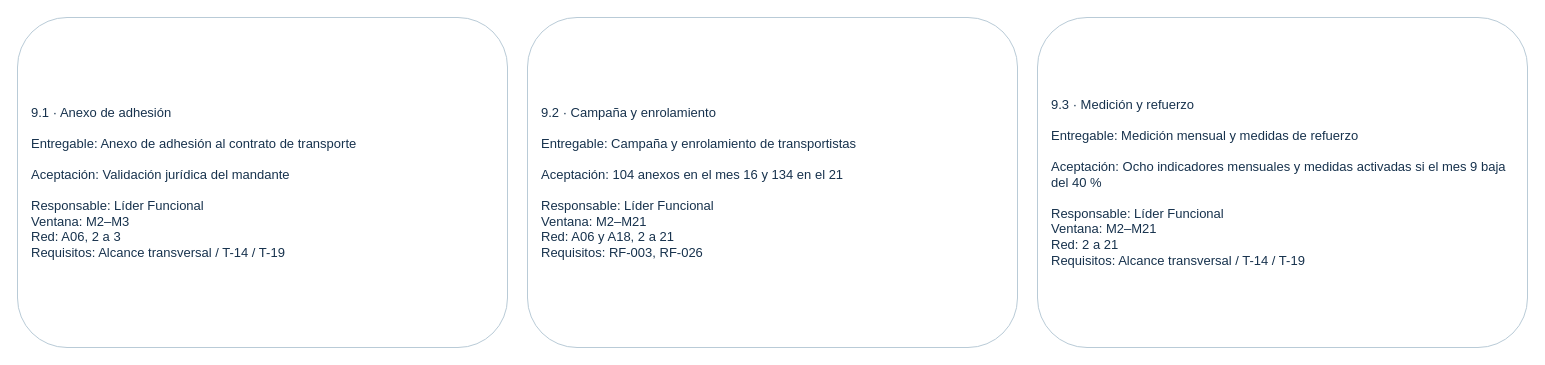
The draw.io diagram page "09 · Adhesión de transportistas" (9 of 13) of Informe-2/D2/01_EDT/03_Editables/EDT_Seccionada.drawio in mvergaral/audIT, before the edit. Source tidied: cells renumbered, new cells numbered last; positions are measured from the earlier drawing's top-left corner, leaving out a move shared by most shapes. Both pictures are drawn from the tidied source at 100%, with x=0, y=0 at pixel (17, 17).
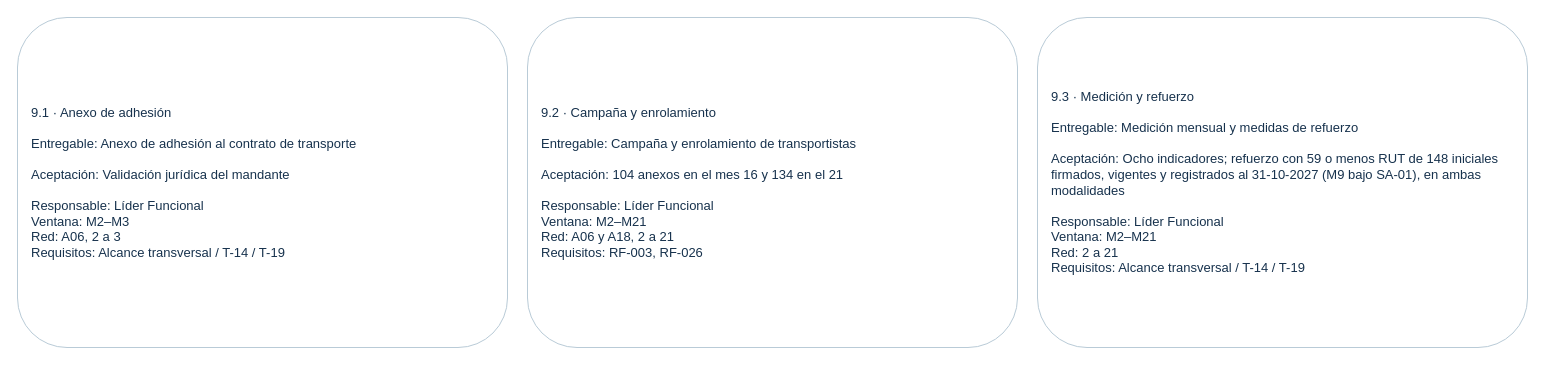
Above is the later version.

Diff of the diagram source:
```diff
@@
 <mxGraphModel>
   <root>
     <mxCell id="0" />
     <mxCell id="1" parent="0" />
     <mxCell id="2" value="9.1 · Anexo de adhesión&lt;br&gt;&lt;br&gt;Entregable: Anexo de adhesión al contrato de transporte&lt;br&gt;&lt;br&gt;Aceptación: Validación jurídica del mandante&lt;br&gt;&lt;br&gt;Responsable: Líder Funcional&lt;br&gt;Ventana: M2–M3&lt;br&gt;Red: A06, 2 a 3&lt;br&gt;Requisitos: Alcance transversal / T-14 / T-19" style="rounded=1;whiteSpace=wrap;html=1;fillColor=#ffffff;strokeColor=#b9cbd7;fontColor=#17324d;fontSize=13;align=left;spacing=14;" parent="1" vertex="1">
       <mxGeometry width="490" height="330" as="geometry" />
     </mxCell>
     <mxCell id="3" value="9.2 · Campaña y enrolamiento&lt;br&gt;&lt;br&gt;Entregable: Campaña y enrolamiento de transportistas&lt;br&gt;&lt;br&gt;Aceptación: 104 anexos en el mes 16 y 134 en el 21&lt;br&gt;&lt;br&gt;Responsable: Líder Funcional&lt;br&gt;Ventana: M2–M21&lt;br&gt;Red: A06 y A18, 2 a 21&lt;br&gt;Requisitos: RF-003, RF-026" style="rounded=1;whiteSpace=wrap;html=1;fillColor=#ffffff;strokeColor=#b9cbd7;fontColor=#17324d;fontSize=13;align=left;spacing=14;" parent="1" vertex="1">
       <mxGeometry x="510" width="490" height="330" as="geometry" />
     </mxCell>
-    <mxCell id="4" value="9.3 · Medición y refuerzo&lt;br&gt;&lt;br&gt;Entregable: Medición mensual y medidas de refuerzo&lt;br&gt;&lt;br&gt;Aceptación: Ocho indicadores mensuales y medidas activadas si el mes 9 baja del 40 %&lt;br&gt;&lt;br&gt;Responsable: Líder Funcional&lt;br&gt;Ventana: M2–M21&lt;br&gt;Red: 2 a 21&lt;br&gt;Requisitos: Alcance transversal / T-14 / T-19" style="rounded=1;whiteSpace=wrap;html=1;fillColor=#ffffff;strokeColor=#b9cbd7;fontColor=#17324d;fontSize=13;align=left;spacing=14;" parent="1" vertex="1">
+    <mxCell id="4" value="9.3 · Medición y refuerzo&lt;br&gt;&lt;br&gt;Entregable: Medición mensual y medidas de refuerzo&lt;br&gt;&lt;br&gt;Aceptación: Ocho indicadores; refuerzo con 59 o menos RUT de 148 iniciales firmados, vigentes y registrados al 31-10-2027 (M9 bajo SA-01), en ambas modalidades&lt;br&gt;&lt;br&gt;Responsable: Líder Funcional&lt;br&gt;Ventana: M2–M21&lt;br&gt;Red: 2 a 21&lt;br&gt;Requisitos: Alcance transversal / T-14 / T-19" style="rounded=1;whiteSpace=wrap;html=1;fillColor=#ffffff;strokeColor=#b9cbd7;fontColor=#17324d;fontSize=13;align=left;spacing=14;" parent="1" vertex="1">
       <mxGeometry x="1020" width="490" height="330" as="geometry" />
     </mxCell>
   </root>
 </mxGraphModel>
```
